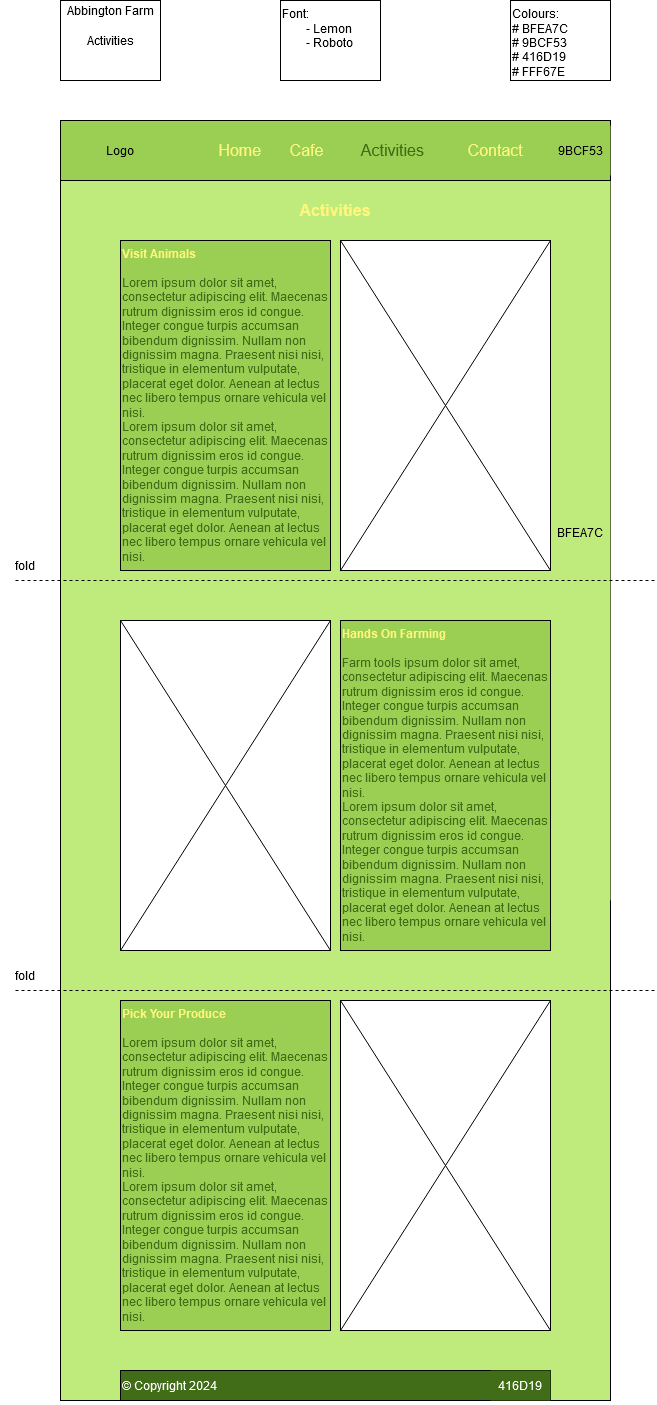
This is GCC Software Development/Web Course/Assignment/Task 1/Activities.png from G-Siu/100DaysOfCode, a draw.io export, as it was before one commit. Source tidied: cells renumbered, new cells last; positions are measured from the earlier drawing's top-left corner, leaving out a move shared by most shapes.
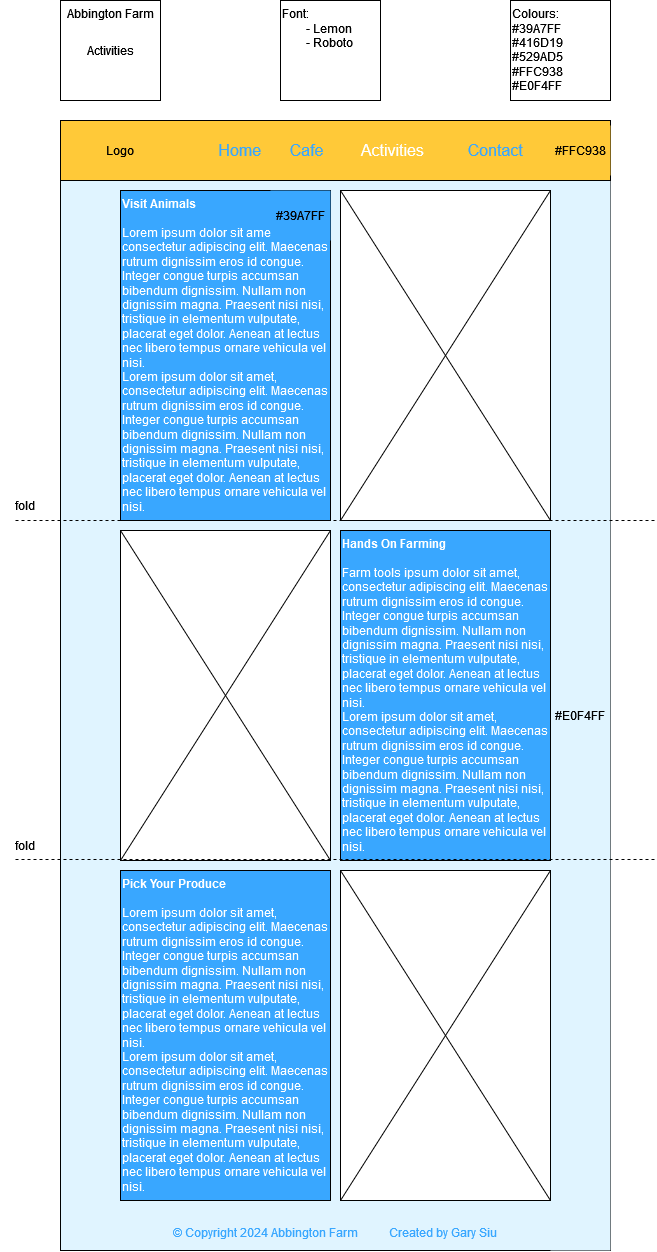
Above is the later version.

The edit, as a diff of the source:
```diff
@@ -3,61 +3,40 @@
     <mxCell id="0" />
     <mxCell id="1" parent="0" />
     <mxCell id="2" value="Font:&lt;br&gt;&lt;span style=&quot;white-space: pre;&quot;&gt;&#9;&lt;/span&gt;- Lemon&lt;br&gt;&lt;span style=&quot;white-space: pre;&quot;&gt;&#9;&lt;/span&gt;- Roboto" style="rounded=0;whiteSpace=wrap;html=1;align=left;verticalAlign=top;fontStyle=0;" parent="1" vertex="1">
-      <mxGeometry x="280" width="100" height="80" as="geometry" />
+      <mxGeometry x="280" width="100" height="100" as="geometry" />
     </mxCell>
-    <mxCell id="3" value="Colours:&lt;span style=&quot;&quot;&gt; &lt;br&gt;# BFEA7C&lt;br&gt;# 9BCF53&lt;br&gt;# 416D19&lt;br&gt;# FFF67E&lt;br&gt;&lt;/span&gt;" style="rounded=0;whiteSpace=wrap;html=1;align=left;verticalAlign=top;fontStyle=0;" parent="1" vertex="1">
-      <mxGeometry x="510" width="100" height="80" as="geometry" />
-    </mxCell>
     <mxCell id="4" style="group;" parent="1" vertex="1">
-      <mxGeometry x="60" width="100" height="80" as="geometry" />
+      <mxGeometry x="60" width="100" height="100" as="geometry" />
     </mxCell>
     <mxCell id="5" value="Activities" style="rounded=0;whiteSpace=wrap;html=1;align=center;verticalAlign=middle;" parent="4" vertex="1">
-      <mxGeometry width="100" height="80" as="geometry" />
+      <mxGeometry width="100" height="100" as="geometry" />
     </mxCell>
     <mxCell id="6" value="Abbington Farm" style="rounded=0;whiteSpace=wrap;html=1;strokeColor=none;fillColor=none;" parent="4" vertex="1">
-      <mxGeometry x="5" width="90" height="20" as="geometry" />
+      <mxGeometry x="5" width="90" height="25" as="geometry" />
     </mxCell>
-    <mxCell id="7" style="rounded=0;whiteSpace=wrap;html=1;fillColor=#BFEA7C;" parent="1" vertex="1">
-      <mxGeometry x="60" y="180" width="550" height="1220" as="geometry" />
+    <mxCell id="7" style="rounded=0;whiteSpace=wrap;html=1;fillColor=#E0F4FF;" parent="1" vertex="1">
+      <mxGeometry x="60" y="180" width="550" height="1070" as="geometry" />
     </mxCell>
-    <mxCell id="8" value="B&lt;span style=&quot;&quot;&gt;FEA7C&lt;/span&gt;&lt;div&gt;&lt;br/&gt;&lt;/div&gt;" style="rounded=0;whiteSpace=wrap;html=1;strokeColor=none;fillColor=#BFEA7C;" parent="1" vertex="1">
-      <mxGeometry x="550" y="180" width="60" height="720" as="geometry" />
+    <mxCell id="8" value="#E0F4FF" style="rounded=0;whiteSpace=wrap;html=1;strokeColor=none;fillColor=#E0F4FF;" parent="1" vertex="1">
+      <mxGeometry x="550" y="180" width="60" height="1070" as="geometry" />
     </mxCell>
-    <mxCell id="9" value="&lt;div align=&quot;left&quot; style=&quot;font-size: 16px;&quot;&gt;&lt;font color=&quot;#fff67e&quot; style=&quot;font-size: 16px;&quot;&gt;&lt;span style=&quot;white-space: pre;&quot;&gt;&#9;&lt;/span&gt;&lt;span style=&quot;white-space: pre;&quot;&gt;&#9;&lt;/span&gt;&lt;/font&gt;&lt;font color=&quot;#fff67e&quot; style=&quot;font-size: 16px;&quot;&gt;Home&lt;/font&gt;&lt;font color=&quot;#fff67e&quot; style=&quot;font-size: 16px;&quot;&gt; &lt;span style=&quot;white-space: pre;&quot;&gt;&#9;&lt;/span&gt;&lt;/font&gt;&lt;font color=&quot;#fff67e&quot; style=&quot;font-size: 16px;&quot;&gt;Cafe&lt;/font&gt;&lt;font color=&quot;#fff67e&quot; style=&quot;font-size: 16px;&quot;&gt; &lt;span style=&quot;white-space: pre;&quot;&gt;&#9;&lt;/span&gt;&lt;/font&gt;&lt;font style=&quot;font-size: 16px;&quot;&gt;Activities &lt;span style=&quot;white-space: pre;&quot;&gt;&#9;&lt;/span&gt;&lt;/font&gt;&lt;font color=&quot;#fff67e&quot; style=&quot;font-size: 16px;&quot;&gt;Contact&lt;br style=&quot;font-size: 16px;&quot;&gt;&lt;/font&gt;&lt;/div&gt;" style="rounded=0;whiteSpace=wrap;html=1;fillColor=#9BCF53;fontSize=16;fontColor=#416D19;" parent="1" vertex="1">
-      <mxGeometry x="60" y="120" width="550" height="60" as="geometry" />
-    </mxCell>
-    <mxCell id="10" value="Logo" style="rounded=0;whiteSpace=wrap;html=1;strokeColor=none;fillColor=none;" parent="1" vertex="1">
-      <mxGeometry x="60" y="120" width="120" height="60" as="geometry" />
-    </mxCell>
-    <mxCell id="11" value="&lt;font color=&quot;#fff67e&quot;&gt;&lt;b&gt;Hands On Farming&lt;/b&gt;&lt;br&gt;&lt;br&gt;&lt;/font&gt;&lt;font color=&quot;#416d19&quot;&gt;Farm tools ipsum dolor sit amet, consectetur adipiscing elit. Maecenas rutrum &lt;/font&gt;&lt;font color=&quot;#416d19&quot;&gt;dignissim eros id congue. Integer congue turpis accumsan bibendum &lt;/font&gt;&lt;font color=&quot;#416d19&quot;&gt;dignissim. Nullam non dignissim magna. Praesent nisi nisi, tristique in &lt;/font&gt;&lt;font color=&quot;#416d19&quot;&gt;elementum vulputate, placerat eget dolor. Aenean at lectus nec libero &lt;/font&gt;&lt;font color=&quot;#416d19&quot;&gt;tempus ornare vehicula vel nisi.&lt;br&gt;&lt;/font&gt;&lt;font color=&quot;#416d19&quot;&gt;Lorem ipsum dolor sit amet, consectetur adipiscing elit. Maecenas rutrum &lt;/font&gt;&lt;font color=&quot;#416d19&quot;&gt;dignissim eros id congue. Integer congue turpis accumsan bibendum &lt;/font&gt;&lt;font color=&quot;#416d19&quot;&gt;dignissim. Nullam non dignissim magna. Praesent nisi nisi, tristique in &lt;/font&gt;&lt;font color=&quot;#416d19&quot;&gt;elementum vulputate, placerat eget dolor. Aenean at lectus nec libero &lt;/font&gt;&lt;font color=&quot;#416d19&quot;&gt;tempus ornare vehicula vel nisi.&lt;/font&gt;" style="rounded=0;whiteSpace=wrap;html=1;verticalAlign=top;align=left;fillColor=#9BCF53;" parent="1" vertex="1">
-      <mxGeometry x="340" y="620" width="210" height="330" as="geometry" />
+    <mxCell id="11" value="&lt;font color=&quot;#ffffff&quot;&gt;&lt;b&gt;Hands On Farming&lt;/b&gt;&lt;br&gt;&lt;br&gt;Farm tools ipsum dolor sit amet, consectetur adipiscing elit. Maecenas rutrum dignissim eros id congue. Integer congue turpis accumsan bibendum dignissim. Nullam non dignissim magna. Praesent nisi nisi, tristique in elementum vulputate, placerat eget dolor. Aenean at lectus nec libero tempus ornare vehicula vel nisi.&lt;br&gt;Lorem ipsum dolor sit amet, consectetur adipiscing elit. Maecenas rutrum dignissim eros id congue. Integer congue turpis accumsan bibendum dignissim. Nullam non dignissim magna. Praesent nisi nisi, tristique in elementum vulputate, placerat eget dolor. Aenean at lectus nec libero tempus ornare vehicula vel nisi.&lt;/font&gt;" style="rounded=0;whiteSpace=wrap;html=1;verticalAlign=top;align=left;fillColor=#39A7FF;" parent="1" vertex="1">
+      <mxGeometry x="340" y="530" width="210" height="330" as="geometry" />
     </mxCell>
-    <mxCell id="12" value="&lt;p&gt;&lt;font color=&quot;#ffffff&quot;&gt;© Copyright 2024&lt;/font&gt;&lt;/p&gt;" style="rounded=0;whiteSpace=wrap;html=1;verticalAlign=middle;align=left;fillColor=#416D19;" parent="1" vertex="1">
-      <mxGeometry x="120" y="1370" width="430" height="30" as="geometry" />
-    </mxCell>
-    <mxCell id="13" value="9BCF53" style="rounded=0;whiteSpace=wrap;html=1;fillColor=#9BCF53;strokeColor=none;" parent="1" vertex="1">
-      <mxGeometry x="550" y="125" width="60" height="50" as="geometry" />
-    </mxCell>
-    <mxCell id="14" value="&lt;font color=&quot;#ffffff&quot;&gt;416D19&lt;/font&gt;" style="rounded=0;whiteSpace=wrap;html=1;fillColor=#416D19;strokeColor=none;" parent="1" vertex="1">
-      <mxGeometry x="490" y="1370" width="60" height="30" as="geometry" />
-    </mxCell>
     <mxCell id="15" style="endArrow=none;dashed=1;html=1;rounded=0;" parent="1" edge="1">
       <mxGeometry relative="1" as="geometry">
-        <mxPoint x="15" y="580" as="sourcePoint" />
-        <mxPoint x="655" y="580" as="targetPoint" />
+        <mxPoint x="15" y="520" as="sourcePoint" />
+        <mxPoint x="655" y="520" as="targetPoint" />
       </mxGeometry>
     </mxCell>
     <mxCell id="16" value="fold" style="rounded=0;whiteSpace=wrap;html=1;strokeColor=none;fillColor=none;" parent="1" vertex="1">
-      <mxGeometry y="550" width="50" height="30" as="geometry" />
+      <mxGeometry y="490" width="50" height="30" as="geometry" />
     </mxCell>
-    <mxCell id="17" value="&lt;font style=&quot;font-size: 16px;&quot; color=&quot;#fff67e&quot;&gt;&lt;b style=&quot;font-size: 16px;&quot;&gt;Activities&lt;/b&gt;&lt;/font&gt;" style="rounded=0;whiteSpace=wrap;html=1;verticalAlign=middle;fillColor=#BFEA7C;strokeColor=none;fontSize=16;" parent="1" vertex="1">
-      <mxGeometry x="120" y="190" width="430" height="40" as="geometry" />
-    </mxCell>
-    <mxCell id="18" value="&lt;font color=&quot;#fff67e&quot;&gt;&lt;b&gt;Visit Animals&lt;/b&gt;&lt;br&gt;&lt;br&gt;&lt;/font&gt;&lt;font color=&quot;#416d19&quot;&gt;Lorem ipsum dolor sit amet, consectetur adipiscing elit. Maecenas rutrum &lt;/font&gt;&lt;font color=&quot;#416d19&quot;&gt;dignissim eros id congue. Integer congue turpis accumsan bibendum &lt;/font&gt;&lt;font color=&quot;#416d19&quot;&gt;dignissim. Nullam non dignissim magna. Praesent nisi nisi, tristique in &lt;/font&gt;&lt;font color=&quot;#416d19&quot;&gt;elementum vulputate, placerat eget dolor. Aenean at lectus nec libero &lt;/font&gt;&lt;font color=&quot;#416d19&quot;&gt;tempus ornare vehicula vel nisi.&lt;br&gt;&lt;/font&gt;&lt;font color=&quot;#416d19&quot;&gt;Lorem ipsum dolor sit amet, consectetur adipiscing elit. Maecenas rutrum &lt;/font&gt;&lt;font color=&quot;#416d19&quot;&gt;dignissim eros id congue. Integer congue turpis accumsan bibendum &lt;/font&gt;&lt;font color=&quot;#416d19&quot;&gt;dignissim. Nullam non dignissim magna. Praesent nisi nisi, tristique in &lt;/font&gt;&lt;font color=&quot;#416d19&quot;&gt;elementum vulputate, placerat eget dolor. Aenean at lectus nec libero &lt;/font&gt;&lt;font color=&quot;#416d19&quot;&gt;tempus ornare vehicula vel nisi.&lt;/font&gt;" style="rounded=0;whiteSpace=wrap;html=1;verticalAlign=top;align=left;fillColor=#9BCF53;" parent="1" vertex="1">
-      <mxGeometry x="120" y="240" width="210" height="330" as="geometry" />
+    <mxCell id="18" value="&lt;font color=&quot;#ffffff&quot;&gt;&lt;b&gt;Visit Animals&lt;/b&gt;&lt;br&gt;&lt;br&gt;Lorem ipsum dolor sit amet, consectetur adipiscing elit. Maecenas rutrum dignissim eros id congue. Integer congue turpis accumsan bibendum dignissim. Nullam non dignissim magna. Praesent nisi nisi, tristique in elementum vulputate, placerat eget dolor. Aenean at lectus nec libero tempus ornare vehicula vel nisi.&lt;br&gt;Lorem ipsum dolor sit amet, consectetur adipiscing elit. Maecenas rutrum dignissim eros id congue. Integer congue turpis accumsan bibendum dignissim. Nullam non dignissim magna. Praesent nisi nisi, tristique in elementum vulputate, placerat eget dolor. Aenean at lectus nec libero tempus ornare vehicula vel nisi.&lt;/font&gt;" style="rounded=0;whiteSpace=wrap;html=1;verticalAlign=top;align=left;fillColor=#39A7FF;" parent="1" vertex="1">
+      <mxGeometry x="120" y="190" width="210" height="330" as="geometry" />
     </mxCell>
     <mxCell id="19" style="group;" parent="1" vertex="1">
-      <mxGeometry x="340" y="240" width="210" height="330" as="geometry" />
+      <mxGeometry x="340" y="190" width="210" height="330" as="geometry" />
     </mxCell>
     <mxCell id="20" style="rounded=0;whiteSpace=wrap;html=1;" parent="19" vertex="1">
       <mxGeometry width="210" height="330" as="geometry" />
@@ -69,7 +48,7 @@
       <mxGeometry relative="1" as="geometry" />
     </mxCell>
     <mxCell id="23" style="group;" parent="1" vertex="1">
-      <mxGeometry x="120" y="620" width="210" height="330" as="geometry" />
+      <mxGeometry x="120" y="530" width="210" height="330" as="geometry" />
     </mxCell>
     <mxCell id="24" style="rounded=0;whiteSpace=wrap;html=1;" parent="23" vertex="1">
       <mxGeometry width="210" height="330" as="geometry" />
@@ -81,7 +60,7 @@
       <mxGeometry relative="1" as="geometry" />
     </mxCell>
     <mxCell id="27" style="group;" parent="1" vertex="1">
-      <mxGeometry x="340" y="1000" width="210" height="330" as="geometry" />
+      <mxGeometry x="340" y="870" width="210" height="330" as="geometry" />
     </mxCell>
     <mxCell id="28" style="rounded=0;whiteSpace=wrap;html=1;" parent="27" vertex="1">
       <mxGeometry width="210" height="330" as="geometry" />
@@ -92,22 +71,35 @@
     <mxCell id="30" style="endArrow=none;html=1;rounded=0;exitX=0;exitY=1;exitDx=0;exitDy=0;entryX=1;entryY=0;entryDx=0;entryDy=0;" parent="27" edge="1" source="28" target="28">
       <mxGeometry relative="1" as="geometry" />
     </mxCell>
-    <mxCell id="31" value="&lt;font color=&quot;#fff67e&quot;&gt;&lt;b&gt;Pick Your Produce&lt;/b&gt;&lt;br&gt;&lt;br&gt;&lt;/font&gt;&lt;font color=&quot;#416d19&quot;&gt;Lorem ipsum dolor sit amet, consectetur adipiscing elit. Maecenas rutrum &lt;/font&gt;&lt;font color=&quot;#416d19&quot;&gt;dignissim eros id congue. Integer congue turpis accumsan bibendum &lt;/font&gt;&lt;font color=&quot;#416d19&quot;&gt;dignissim. Nullam non dignissim magna. Praesent nisi nisi, tristique in &lt;/font&gt;&lt;font color=&quot;#416d19&quot;&gt;elementum vulputate, placerat eget dolor. Aenean at lectus nec libero &lt;/font&gt;&lt;font color=&quot;#416d19&quot;&gt;tempus ornare vehicula vel nisi.&lt;br&gt;&lt;/font&gt;&lt;font color=&quot;#416d19&quot;&gt;Lorem ipsum dolor sit amet, consectetur adipiscing elit. Maecenas rutrum &lt;/font&gt;&lt;font color=&quot;#416d19&quot;&gt;dignissim eros id congue. Integer congue turpis accumsan bibendum &lt;/font&gt;&lt;font color=&quot;#416d19&quot;&gt;dignissim. Nullam non dignissim magna. Praesent nisi nisi, tristique in &lt;/font&gt;&lt;font color=&quot;#416d19&quot;&gt;elementum vulputate, placerat eget dolor. Aenean at lectus nec libero &lt;/font&gt;&lt;font color=&quot;#416d19&quot;&gt;tempus ornare vehicula vel nisi.&lt;/font&gt;" style="rounded=0;whiteSpace=wrap;html=1;verticalAlign=top;align=left;fillColor=#9BCF53;" parent="1" vertex="1">
-      <mxGeometry x="120" y="1000" width="210" height="330" as="geometry" />
+    <mxCell id="31" value="&lt;font color=&quot;#ffffff&quot;&gt;&lt;b&gt;Pick Your Produce&lt;/b&gt;&lt;br&gt;&lt;br&gt;Lorem ipsum dolor sit amet, consectetur adipiscing elit. Maecenas rutrum dignissim eros id congue. Integer congue turpis accumsan bibendum dignissim. Nullam non dignissim magna. Praesent nisi nisi, tristique in elementum vulputate, placerat eget dolor. Aenean at lectus nec libero tempus ornare vehicula vel nisi.&lt;br&gt;Lorem ipsum dolor sit amet, consectetur adipiscing elit. Maecenas rutrum dignissim eros id congue. Integer congue turpis accumsan bibendum dignissim. Nullam non dignissim magna. Praesent nisi nisi, tristique in elementum vulputate, placerat eget dolor. Aenean at lectus nec libero tempus ornare vehicula vel nisi.&lt;/font&gt;" style="rounded=0;whiteSpace=wrap;html=1;verticalAlign=top;align=left;fillColor=#39A7FF;" parent="1" vertex="1">
+      <mxGeometry x="120" y="870" width="210" height="330" as="geometry" />
     </mxCell>
-    <mxCell id="32" style="endArrow=none;dashed=1;html=1;rounded=0;" parent="1" edge="1" target="33">
-      <mxGeometry relative="1" as="geometry">
-        <mxPoint x="15" y="990" as="sourcePoint" />
-      </mxGeometry>
-    </mxCell>
     <mxCell id="33" value="fold" style="rounded=0;whiteSpace=wrap;html=1;strokeColor=none;fillColor=none;" parent="1" vertex="1">
-      <mxGeometry y="960" width="50" height="30" as="geometry" />
+      <mxGeometry y="830" width="50" height="30" as="geometry" />
     </mxCell>
     <mxCell id="34" style="endArrow=none;dashed=1;html=1;rounded=0;" parent="1" edge="1">
       <mxGeometry relative="1" as="geometry">
-        <mxPoint x="15" y="990" as="sourcePoint" />
-        <mxPoint x="655" y="990" as="targetPoint" />
+        <mxPoint x="15" y="859" as="sourcePoint" />
+        <mxPoint x="655" y="859" as="targetPoint" />
       </mxGeometry>
     </mxCell>
+    <mxCell id="9" value="&lt;div align=&quot;left&quot; style=&quot;font-size: 16px;&quot;&gt;&lt;font color=&quot;#39a7ff&quot; style=&quot;font-size: 16px;&quot;&gt;&lt;span style=&quot;white-space: pre;&quot;&gt;&#9;&lt;/span&gt;&lt;span style=&quot;white-space: pre;&quot;&gt;&#9;&lt;/span&gt;&lt;/font&gt;&lt;font color=&quot;#39a7ff&quot; style=&quot;font-size: 16px;&quot;&gt;Home&lt;/font&gt;&lt;font color=&quot;#39a7ff&quot; style=&quot;font-size: 16px;&quot;&gt; &lt;span style=&quot;white-space: pre;&quot;&gt;&#9;&lt;/span&gt;&lt;/font&gt;&lt;font color=&quot;#39a7ff&quot; style=&quot;font-size: 16px;&quot;&gt;Cafe &lt;span style=&quot;white-space: pre;&quot;&gt;&#9;&lt;/span&gt;&lt;/font&gt;&lt;font color=&quot;#ffffff&quot; style=&quot;font-size: 16px;&quot;&gt;Activities &lt;span style=&quot;white-space: pre;&quot;&gt;&#9;&lt;/span&gt;&lt;/font&gt;&lt;font color=&quot;#39a7ff&quot; style=&quot;font-size: 16px;&quot;&gt;Contact&lt;br style=&quot;font-size: 16px;&quot;&gt;&lt;/font&gt;&lt;/div&gt;" style="rounded=0;whiteSpace=wrap;html=1;fillColor=#FFC938;fontSize=16;fontColor=#416D19;" parent="1" vertex="1">
+      <mxGeometry x="60" y="120" width="550" height="60" as="geometry" />
+    </mxCell>
+    <mxCell id="10" value="Logo" style="rounded=0;whiteSpace=wrap;html=1;strokeColor=none;fillColor=none;" parent="1" vertex="1">
+      <mxGeometry x="60" y="120" width="120" height="60" as="geometry" />
+    </mxCell>
+    <mxCell id="35" value="#FFC938" style="rounded=0;whiteSpace=wrap;html=1;fillColor=#FFC938;strokeColor=none;" parent="1" vertex="1">
+      <mxGeometry x="550" y="125" width="60" height="50" as="geometry" />
+    </mxCell>
+    <mxCell id="36" value="&lt;font color=&quot;#39a7ff&quot;&gt;&lt;br&gt;&lt;/font&gt;&lt;p&gt;&lt;font color=&quot;#39a7ff&quot;&gt;© Copyright 2024 Abbington Farm&lt;span style=&quot;white-space: pre;&quot;&gt;&#9;&lt;/span&gt;&lt;span style=&quot;white-space: pre;&quot;&gt;&#9;&lt;/span&gt;Created by Gary Siu&lt;br&gt;&lt;/font&gt;&lt;/p&gt;" style="rounded=0;whiteSpace=wrap;html=1;verticalAlign=middle;align=center;fillColor=#E0F4FF;strokeColor=none;" parent="1" vertex="1">
+      <mxGeometry x="120" y="1210" width="430" height="30" as="geometry" />
+    </mxCell>
+    <mxCell id="37" value="#39A7FF" style="rounded=0;whiteSpace=wrap;html=1;fillColor=#39A7FF;strokeColor=none;" parent="1" vertex="1">
+      <mxGeometry x="270" y="190" width="60" height="50" as="geometry" />
+    </mxCell>
+    <mxCell id="38" value="Colours:&lt;span style=&quot;&quot;&gt; &lt;br&gt;#39A7FF&lt;br&gt;#416D19&lt;br&gt;#529AD5&lt;/span&gt;&lt;br&gt;#FFC938&lt;br&gt;#E0F4FF" style="rounded=0;whiteSpace=wrap;html=1;align=left;verticalAlign=top;fontStyle=0;" parent="1" vertex="1">
+      <mxGeometry x="510" width="100" height="100" as="geometry" />
+    </mxCell>
   </root>
 </mxGraphModel>
```
